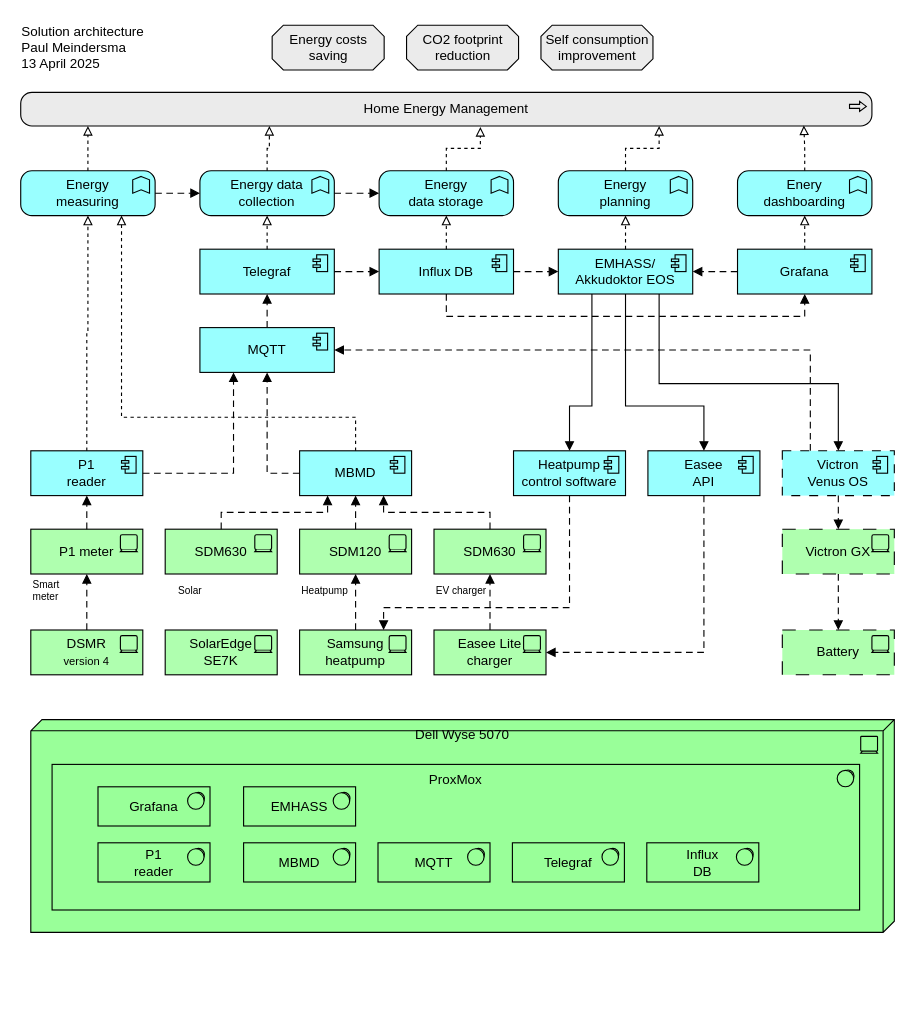
The draw.io diagram Solution architecture.drawio in pmeindersma/OptimizeSolar, before the edit. Source tidied: cells renumbered, new cells numbered last; positions are measured from the earlier drawing's top-left corner, leaving out a move shared by most shapes. Both pictures are drawn from the tidied source at 112%, with x=0, y=0 at pixel (19, 19).
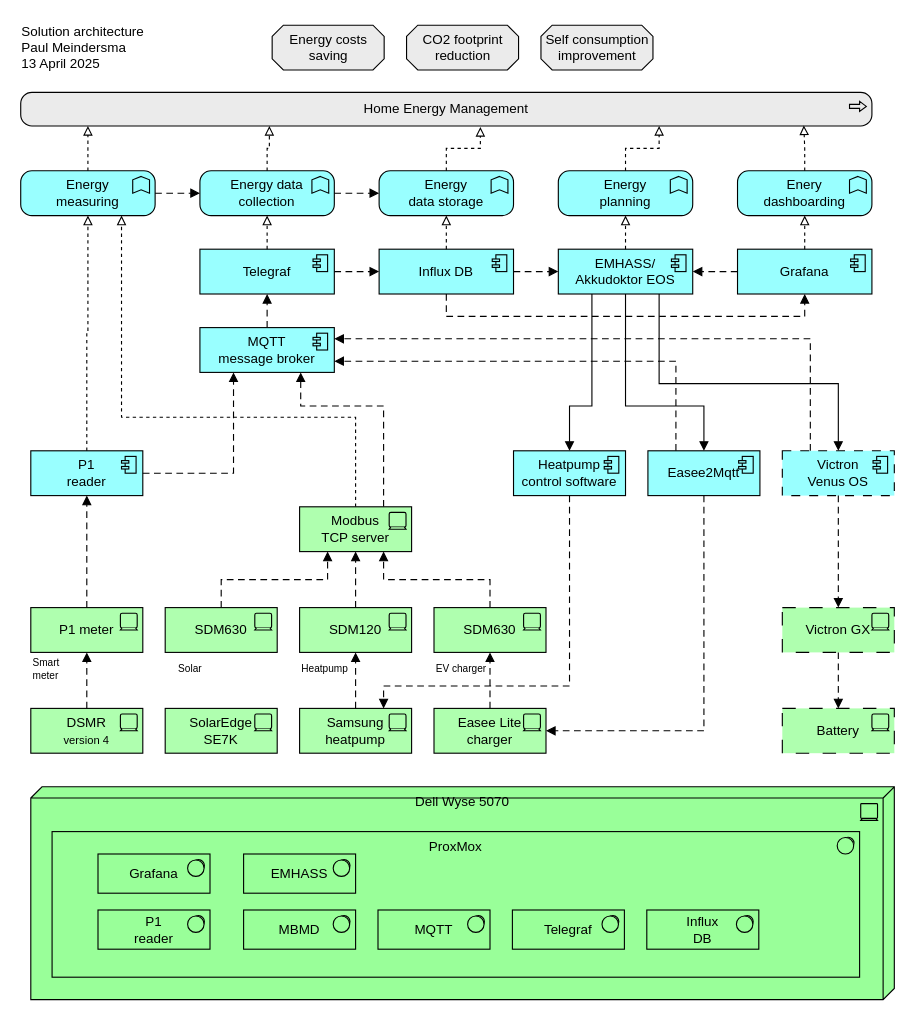
After the change.

Unchanged cells that the change refers to:
```xml
<mxCell id="5" value="Energy&lt;div&gt;measuring&lt;/div&gt;" style="html=1;outlineConnect=0;whiteSpace=wrap;fillColor=#99ffff;shape=mxgraph.archimate3.application;appType=func;archiType=rounded;" parent="1" vertex="1">
  <mxGeometry x="1" y="135" width="120" height="40" as="geometry" />
</mxCell>
<mxCell id="32" value="Heatpump&lt;div&gt;control software&lt;/div&gt;" style="html=1;outlineConnect=0;whiteSpace=wrap;fillColor=#99ffff;shape=mxgraph.archimate3.application;appType=comp;archiType=square;" parent="1" vertex="1">
  <mxGeometry x="441" y="385" width="100" height="40" as="geometry" />
</mxCell>
<mxCell id="72" value="Victron&lt;div&gt;Venus OS&lt;/div&gt;" style="html=1;outlineConnect=0;whiteSpace=wrap;fillColor=#99ffff;shape=mxgraph.archimate3.application;appType=comp;archiType=square;dashed=1;dashPattern=8 8;" parent="1" vertex="1">
  <mxGeometry x="681" y="385" width="100" height="40" as="geometry" />
</mxCell>
```

Change to the diagram source:
```diff
@@
-    <mxCell id="6" value="MBMD" style="html=1;outlineConnect=0;whiteSpace=wrap;fillColor=#99ffff;shape=mxgraph.archimate3.application;appType=comp;archiType=square;" parent="1" vertex="1">
-      <mxGeometry x="250" y="385" width="100" height="40" as="geometry" />
-    </mxCell>
@@
-    <mxCell id="11" value="MQTT" style="html=1;outlineConnect=0;whiteSpace=wrap;fillColor=#99ffff;shape=mxgraph.archimate3.application;appType=comp;archiType=square;" parent="1" vertex="1">
+    <mxCell id="11" value="MQTT&lt;div&gt;message broker&lt;/div&gt;" style="html=1;outlineConnect=0;whiteSpace=wrap;fillColor=#99ffff;shape=mxgraph.archimate3.application;appType=comp;archiType=square;" parent="1" vertex="1">
       <mxGeometry x="161" y="275" width="120" height="40" as="geometry" />
     </mxCell>
@@
     <mxCell id="20" value="&lt;div&gt;&lt;span style=&quot;background-color: transparent; color: light-dark(rgb(0, 0, 0), rgb(255, 255, 255));&quot;&gt;DSMR&lt;/span&gt;&lt;/div&gt;&lt;div&gt;&lt;span style=&quot;background-color: transparent; color: light-dark(rgb(0, 0, 0), rgb(255, 255, 255));&quot;&gt;&lt;font style=&quot;font-size: 10px;&quot;&gt;version 4&lt;/font&gt;&lt;/span&gt;&lt;/div&gt;" style="html=1;outlineConnect=0;whiteSpace=wrap;fillColor=#AFFFAF;shape=mxgraph.archimate3.application;appType=device;" parent="1" vertex="1">
-      <mxGeometry x="10" y="545" width="100" height="40" as="geometry" />
+      <mxGeometry x="10" y="615" width="100" height="40" as="geometry" />
     </mxCell>
     <mxCell id="21" value="SolarEdge&lt;div&gt;SE7K&lt;/div&gt;" style="html=1;whiteSpace=wrap;fillColor=#AFFFAF;shape=mxgraph.archimate3.application;appType=device;" parent="1" vertex="1">
-      <mxGeometry x="130" y="545" width="100" height="40" as="geometry" />
+      <mxGeometry x="130" y="615" width="100" height="40" as="geometry" />
     </mxCell>
     <mxCell id="22" value="SDM630" style="html=1;outlineConnect=0;whiteSpace=wrap;fillColor=#AFFFAF;shape=mxgraph.archimate3.application;appType=device;" parent="1" vertex="1">
-      <mxGeometry x="130" y="455" width="100" height="40" as="geometry" />
+      <mxGeometry x="130" y="525" width="100" height="40" as="geometry" />
     </mxCell>
@@
-    <mxCell id="33" value="&lt;div&gt;Easee&lt;/div&gt;&lt;div&gt;API&lt;/div&gt;" style="html=1;outlineConnect=0;whiteSpace=wrap;fillColor=#99ffff;shape=mxgraph.archimate3.application;appType=comp;archiType=square;" parent="1" vertex="1">
+    <mxCell id="33" value="&lt;div&gt;Easee2Mqtt&lt;/div&gt;" style="html=1;outlineConnect=0;whiteSpace=wrap;fillColor=#99ffff;shape=mxgraph.archimate3.application;appType=comp;archiType=square;" parent="1" vertex="1">
       <mxGeometry x="561" y="385" width="100" height="40" as="geometry" />
     </mxCell>
     <mxCell id="34" value="P1 meter" style="html=1;outlineConnect=0;whiteSpace=wrap;fillColor=#AFFFAF;shape=mxgraph.archimate3.application;appType=device;" parent="1" vertex="1">
-      <mxGeometry x="10" y="455" width="100" height="40" as="geometry" />
+      <mxGeometry x="10" y="525" width="100" height="40" as="geometry" />
     </mxCell>
@@
-    <mxCell id="36" style="edgeStyle=elbowEdgeStyle;html=1;endArrow=block;dashed=1;elbow=vertical;endFill=1;dashPattern=6 4;rounded=0;exitX=0;exitY=0.5;exitDx=0;exitDy=0;exitPerimeter=0;" parent="1" edge="1" source="6" target="11">
+    <mxCell id="36" style="edgeStyle=elbowEdgeStyle;html=1;endArrow=block;dashed=1;elbow=vertical;endFill=1;dashPattern=6 4;rounded=0;exitX=0.75;exitY=0;exitDx=0;exitDy=0;exitPerimeter=0;entryX=0.75;entryY=1;entryDx=0;entryDy=0;entryPerimeter=0;" parent="1" edge="1" source="80" target="11">
       <mxGeometry relative="1" as="geometry">
         <Array as="points">
-          <mxPoint x="221" y="405" />
+          <mxPoint x="280" y="345" />
         </Array>
       </mxGeometry>
     </mxCell>
     <mxCell id="37" value="SDM120" style="html=1;outlineConnect=0;whiteSpace=wrap;fillColor=#AFFFAF;shape=mxgraph.archimate3.application;appType=device;" parent="1" vertex="1">
-      <mxGeometry x="250" y="455" width="100" height="40" as="geometry" />
+      <mxGeometry x="250" y="525" width="100" height="40" as="geometry" />
     </mxCell>
     <mxCell id="38" value="SDM630" style="html=1;outlineConnect=0;whiteSpace=wrap;fillColor=#AFFFAF;shape=mxgraph.archimate3.application;appType=device;" parent="1" vertex="1">
-      <mxGeometry x="370" y="455" width="100" height="40" as="geometry" />
+      <mxGeometry x="370" y="525" width="100" height="40" as="geometry" />
     </mxCell>
@@
-    <mxCell id="40" style="edgeStyle=elbowEdgeStyle;html=1;endArrow=block;dashed=1;elbow=vertical;endFill=1;dashPattern=6 4;rounded=0;entryX=0.25;entryY=1;entryDx=0;entryDy=0;entryPerimeter=0;exitX=0.5;exitY=0;exitDx=0;exitDy=0;exitPerimeter=0;" parent="1" edge="1" source="22" target="6">
+    <mxCell id="40" style="edgeStyle=elbowEdgeStyle;html=1;endArrow=block;dashed=1;elbow=vertical;endFill=1;dashPattern=6 4;rounded=0;entryX=0.25;entryY=1;entryDx=0;entryDy=0;entryPerimeter=0;exitX=0.5;exitY=0;exitDx=0;exitDy=0;exitPerimeter=0;" parent="1" edge="1" source="22" target="80">
       <mxGeometry relative="1" as="geometry" />
     </mxCell>
-    <mxCell id="41" style="edgeStyle=elbowEdgeStyle;html=1;endArrow=block;dashed=1;elbow=vertical;endFill=1;dashPattern=6 4;rounded=0;exitX=0.5;exitY=0;exitDx=0;exitDy=0;exitPerimeter=0;" parent="1" edge="1" source="37" target="6">
+    <mxCell id="41" style="edgeStyle=elbowEdgeStyle;html=1;endArrow=block;dashed=1;elbow=vertical;endFill=1;dashPattern=6 4;rounded=0;exitX=0.5;exitY=0;exitDx=0;exitDy=0;exitPerimeter=0;entryX=0.5;entryY=1;entryDx=0;entryDy=0;entryPerimeter=0;" parent="1" edge="1" source="37" target="80">
       <mxGeometry relative="1" as="geometry" />
     </mxCell>
-    <mxCell id="42" style="edgeStyle=elbowEdgeStyle;html=1;endArrow=block;dashed=1;elbow=vertical;endFill=1;dashPattern=6 4;rounded=0;exitX=0.5;exitY=0;exitDx=0;exitDy=0;exitPerimeter=0;entryX=0.75;entryY=1;entryDx=0;entryDy=0;entryPerimeter=0;" parent="1" edge="1" source="38" target="6">
+    <mxCell id="42" style="edgeStyle=elbowEdgeStyle;html=1;endArrow=block;dashed=1;elbow=vertical;endFill=1;dashPattern=6 4;rounded=0;exitX=0.5;exitY=0;exitDx=0;exitDy=0;exitPerimeter=0;entryX=0.75;entryY=1;entryDx=0;entryDy=0;entryPerimeter=0;" parent="1" edge="1" source="38" target="80">
       <mxGeometry relative="1" as="geometry" />
     </mxCell>
     <mxCell id="43" value="Smart&lt;div&gt;meter&lt;/div&gt;" style="text;html=1;align=left;verticalAlign=middle;whiteSpace=wrap;rounded=0;fontSize=9;" parent="1" vertex="1">
-      <mxGeometry x="10" y="495" width="90" height="30" as="geometry" />
+      <mxGeometry x="10" y="565" width="90" height="30" as="geometry" />
     </mxCell>
     <mxCell id="44" value="Heatpump" style="text;html=1;align=left;verticalAlign=middle;whiteSpace=wrap;rounded=0;fontSize=9;" parent="1" vertex="1">
-      <mxGeometry x="250" y="495" width="90" height="30" as="geometry" />
+      <mxGeometry x="250" y="565" width="90" height="30" as="geometry" />
     </mxCell>
     <mxCell id="45" value="EV charger" style="text;html=1;align=left;verticalAlign=middle;whiteSpace=wrap;rounded=0;fontSize=9;" parent="1" vertex="1">
-      <mxGeometry x="370" y="495" width="90" height="30" as="geometry" />
+      <mxGeometry x="370" y="565" width="90" height="30" as="geometry" />
     </mxCell>
     <mxCell id="46" value="Victron GX" style="html=1;outlineConnect=0;whiteSpace=wrap;fillColor=#AFFFAF;shape=mxgraph.archimate3.application;appType=device;dashed=1;dashPattern=12 12;" parent="1" vertex="1">
-      <mxGeometry x="681" y="455" width="100" height="40" as="geometry" />
+      <mxGeometry x="681" y="525" width="100" height="40" as="geometry" />
     </mxCell>
     <mxCell id="47" value="Samsung&lt;div&gt;heatpump&lt;/div&gt;" style="html=1;outlineConnect=0;whiteSpace=wrap;fillColor=#AFFFAF;shape=mxgraph.archimate3.application;appType=device;" parent="1" vertex="1">
-      <mxGeometry x="250" y="545" width="100" height="40" as="geometry" />
+      <mxGeometry x="250" y="615" width="100" height="40" as="geometry" />
     </mxCell>
     <mxCell id="48" style="edgeStyle=elbowEdgeStyle;html=1;endArrow=block;dashed=1;elbow=vertical;endFill=1;dashPattern=6 4;rounded=0;exitX=0.5;exitY=0;exitDx=0;exitDy=0;exitPerimeter=0;" parent="1" edge="1" source="20">
       <mxGeometry relative="1" as="geometry">
-        <mxPoint x="60" y="495" as="targetPoint" />
+        <mxPoint x="60" y="565" as="targetPoint" />
       </mxGeometry>
     </mxCell>
     <mxCell id="49" style="edgeStyle=elbowEdgeStyle;html=1;endArrow=block;dashed=1;elbow=vertical;endFill=1;dashPattern=6 4;rounded=0;exitX=0.5;exitY=0;exitDx=0;exitDy=0;exitPerimeter=0;" parent="1" edge="1" source="47">
       <mxGeometry relative="1" as="geometry">
-        <mxPoint x="300" y="495" as="targetPoint" />
+        <mxPoint x="300" y="565" as="targetPoint" />
       </mxGeometry>
     </mxCell>
@@
     <mxCell id="51" style="edgeStyle=elbowEdgeStyle;html=1;endArrow=block;dashed=1;elbow=vertical;endFill=1;dashPattern=6 4;rounded=0;exitX=0.5;exitY=1;exitDx=0;exitDy=0;exitPerimeter=0;entryX=0.75;entryY=0;entryDx=0;entryDy=0;entryPerimeter=0;" parent="1" edge="1" source="32" target="47">
       <mxGeometry relative="1" as="geometry">
         <Array as="points">
-          <mxPoint x="431" y="525" />
+          <mxPoint x="420" y="595" />
         </Array>
       </mxGeometry>
     </mxCell>
@@
     <mxCell id="54" style="edgeStyle=elbowEdgeStyle;html=1;endArrow=block;dashed=1;elbow=vertical;endFill=1;dashPattern=6 4;rounded=0;entryX=1;entryY=0.5;entryDx=0;entryDy=0;entryPerimeter=0;exitX=0.5;exitY=1;exitDx=0;exitDy=0;exitPerimeter=0;" parent="1" edge="1" source="33" target="74">
       <mxGeometry relative="1" as="geometry">
         <Array as="points">
-          <mxPoint x="571" y="565" />
+          <mxPoint x="550" y="635" />
         </Array>
       </mxGeometry>
     </mxCell>
@@
     <mxCell id="59" value="Solar" style="text;html=1;align=left;verticalAlign=middle;whiteSpace=wrap;rounded=0;fontSize=9;" parent="1" vertex="1">
-      <mxGeometry x="140" y="495" width="90" height="30" as="geometry" />
+      <mxGeometry x="140" y="565" width="90" height="30" as="geometry" />
     </mxCell>
@@
-    <mxCell id="62" style="edgeStyle=elbowEdgeStyle;html=1;endArrow=block;elbow=vertical;endFill=0;dashed=1;rounded=0;exitX=0.5;exitY=0;exitDx=0;exitDy=0;exitPerimeter=0;entryX=0.75;entryY=1;entryDx=0;entryDy=0;entryPerimeter=0;" parent="1" edge="1" source="6" target="5">
+    <mxCell id="62" style="edgeStyle=elbowEdgeStyle;html=1;endArrow=block;elbow=vertical;endFill=0;dashed=1;rounded=0;exitX=0.5;exitY=0;exitDx=0;exitDy=0;exitPerimeter=0;entryX=0.75;entryY=1;entryDx=0;entryDy=0;entryPerimeter=0;" parent="1" edge="1" source="80" target="5">
       <mxGeometry relative="1" as="geometry">
         <Array as="points">
           <mxPoint x="201" y="355" />
         </Array>
       </mxGeometry>
     </mxCell>
     <mxCell id="63" value="Dell Wyse 5070" style="html=1;whiteSpace=wrap;fillColor=#99ff99;shape=mxgraph.archimate.tech;techType=device;verticalAlign=top;" parent="1" vertex="1">
-      <mxGeometry x="10" y="625" width="771" height="190" as="geometry" />
+      <mxGeometry x="10" y="685" width="771" height="190" as="geometry" />
     </mxCell>
     <mxCell id="64" value="ProxMox" style="html=1;whiteSpace=wrap;fillColor=#99ff99;shape=mxgraph.archimate.application;appType=sysSw;verticalAlign=top;" parent="1" vertex="1">
-      <mxGeometry x="29" y="665" width="721" height="130" as="geometry" />
+      <mxGeometry x="29" y="725" width="721" height="130" as="geometry" />
     </mxCell>
     <mxCell id="65" value="MBMD" style="html=1;whiteSpace=wrap;fillColor=#99ff99;shape=mxgraph.archimate.application;appType=sysSw;" parent="1" vertex="1">
-      <mxGeometry x="200" y="735" width="100" height="35" as="geometry" />
+      <mxGeometry x="200" y="795" width="100" height="35" as="geometry" />
     </mxCell>
     <mxCell id="66" value="P1&lt;div&gt;reader&lt;/div&gt;" style="html=1;whiteSpace=wrap;fillColor=#99ff99;shape=mxgraph.archimate.application;appType=sysSw;" parent="1" vertex="1">
-      <mxGeometry x="70" y="735" width="100" height="35" as="geometry" />
+      <mxGeometry x="70" y="795" width="100" height="35" as="geometry" />
     </mxCell>
     <mxCell id="67" value="Telegraf" style="html=1;whiteSpace=wrap;fillColor=#99ff99;shape=mxgraph.archimate.application;appType=sysSw;" parent="1" vertex="1">
-      <mxGeometry x="440" y="735" width="100" height="35" as="geometry" />
+      <mxGeometry x="440" y="795" width="100" height="35" as="geometry" />
     </mxCell>
     <mxCell id="68" value="MQTT" style="html=1;whiteSpace=wrap;fillColor=#99ff99;shape=mxgraph.archimate.application;appType=sysSw;" parent="1" vertex="1">
-      <mxGeometry x="320" y="735" width="100" height="35" as="geometry" />
+      <mxGeometry x="320" y="795" width="100" height="35" as="geometry" />
     </mxCell>
     <mxCell id="69" value="Grafana" style="html=1;whiteSpace=wrap;fillColor=#99ff99;shape=mxgraph.archimate.application;appType=sysSw;" parent="1" vertex="1">
-      <mxGeometry x="70" y="685" width="100" height="35" as="geometry" />
+      <mxGeometry x="70" y="745" width="100" height="35" as="geometry" />
     </mxCell>
     <mxCell id="70" value="Influx&lt;div&gt;DB&lt;/div&gt;" style="html=1;whiteSpace=wrap;fillColor=#99ff99;shape=mxgraph.archimate.application;appType=sysSw;" parent="1" vertex="1">
-      <mxGeometry x="560" y="735" width="100" height="35" as="geometry" />
+      <mxGeometry x="560" y="795" width="100" height="35" as="geometry" />
     </mxCell>
     <mxCell id="71" value="EMHASS" style="html=1;whiteSpace=wrap;fillColor=#99ff99;shape=mxgraph.archimate.application;appType=sysSw;" parent="1" vertex="1">
-      <mxGeometry x="200" y="685" width="100" height="35" as="geometry" />
+      <mxGeometry x="200" y="745" width="100" height="35" as="geometry" />
     </mxCell>
@@
     <mxCell id="74" value="Easee Lite&lt;div&gt;charger&lt;/div&gt;" style="html=1;outlineConnect=0;whiteSpace=wrap;fillColor=#AFFFAF;shape=mxgraph.archimate3.application;appType=device;" parent="1" vertex="1">
-      <mxGeometry x="370" y="545" width="100" height="40" as="geometry" />
+      <mxGeometry x="370" y="615" width="100" height="40" as="geometry" />
     </mxCell>
@@
-    <mxCell id="76" style="edgeStyle=elbowEdgeStyle;html=1;endArrow=block;dashed=1;elbow=vertical;endFill=1;dashPattern=6 4;rounded=0;entryX=1;entryY=0.5;entryDx=0;entryDy=0;entryPerimeter=0;exitX=0.25;exitY=0;exitDx=0;exitDy=0;exitPerimeter=0;" parent="1" edge="1" source="72" target="11">
+    <mxCell id="76" style="edgeStyle=elbowEdgeStyle;html=1;endArrow=block;dashed=1;elbow=vertical;endFill=1;dashPattern=6 4;rounded=0;exitX=0.25;exitY=0;exitDx=0;exitDy=0;exitPerimeter=0;entryX=1;entryY=0.25;entryDx=0;entryDy=0;entryPerimeter=0;" parent="1" edge="1" source="72" target="11">
       <mxGeometry relative="1" as="geometry">
         <Array as="points">
-          <mxPoint x="511" y="295" />
+          <mxPoint x="500" y="285" />
         </Array>
       </mxGeometry>
     </mxCell>
     <mxCell id="77" value="Battery" style="html=1;outlineConnect=0;whiteSpace=wrap;fillColor=#AFFFAF;shape=mxgraph.archimate3.application;appType=device;dashed=1;dashPattern=12 12;" parent="1" vertex="1">
-      <mxGeometry x="681" y="545" width="100" height="40" as="geometry" />
+      <mxGeometry x="681" y="615" width="100" height="40" as="geometry" />
     </mxCell>
@@
+    <mxCell id="80" value="&lt;div&gt;Modbus&lt;/div&gt;&lt;div&gt;TCP server&lt;/div&gt;" style="html=1;outlineConnect=0;whiteSpace=wrap;fillColor=#AFFFAF;shape=mxgraph.archimate3.application;appType=device;" parent="1" vertex="1">
+      <mxGeometry x="250" y="435" width="100" height="40" as="geometry" />
+    </mxCell>
+    <mxCell id="81" style="edgeStyle=elbowEdgeStyle;html=1;endArrow=block;dashed=1;elbow=vertical;endFill=1;dashPattern=6 4;rounded=0;exitX=0.25;exitY=0;exitDx=0;exitDy=0;exitPerimeter=0;entryX=1;entryY=0.75;entryDx=0;entryDy=0;entryPerimeter=0;" parent="1" edge="1" source="33" target="11">
+      <mxGeometry relative="1" as="geometry">
+        <Array as="points">
+          <mxPoint x="440" y="305" />
+        </Array>
+      </mxGeometry>
+    </mxCell>
```
